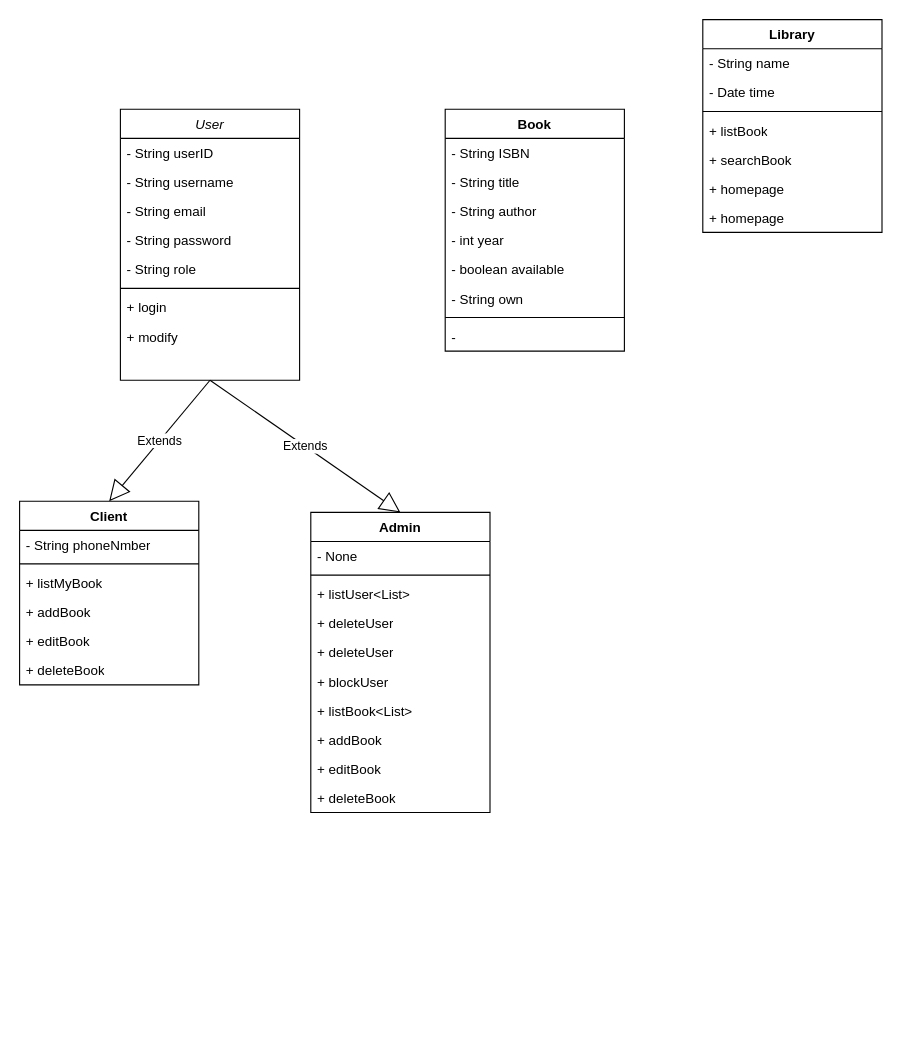
Drym96/Library-Project-28-08-2023 keeps this draw.io diagram as Library.drawio. Above is the earlier version. Source tidied: cells renumbered, new cells numbered last; positions are measured from the earlier drawing's top-left corner, leaving out a move shared by most shapes. Both pictures are drawn from the tidied source at 112%, with x=0, y=0 at pixel (19, 19).
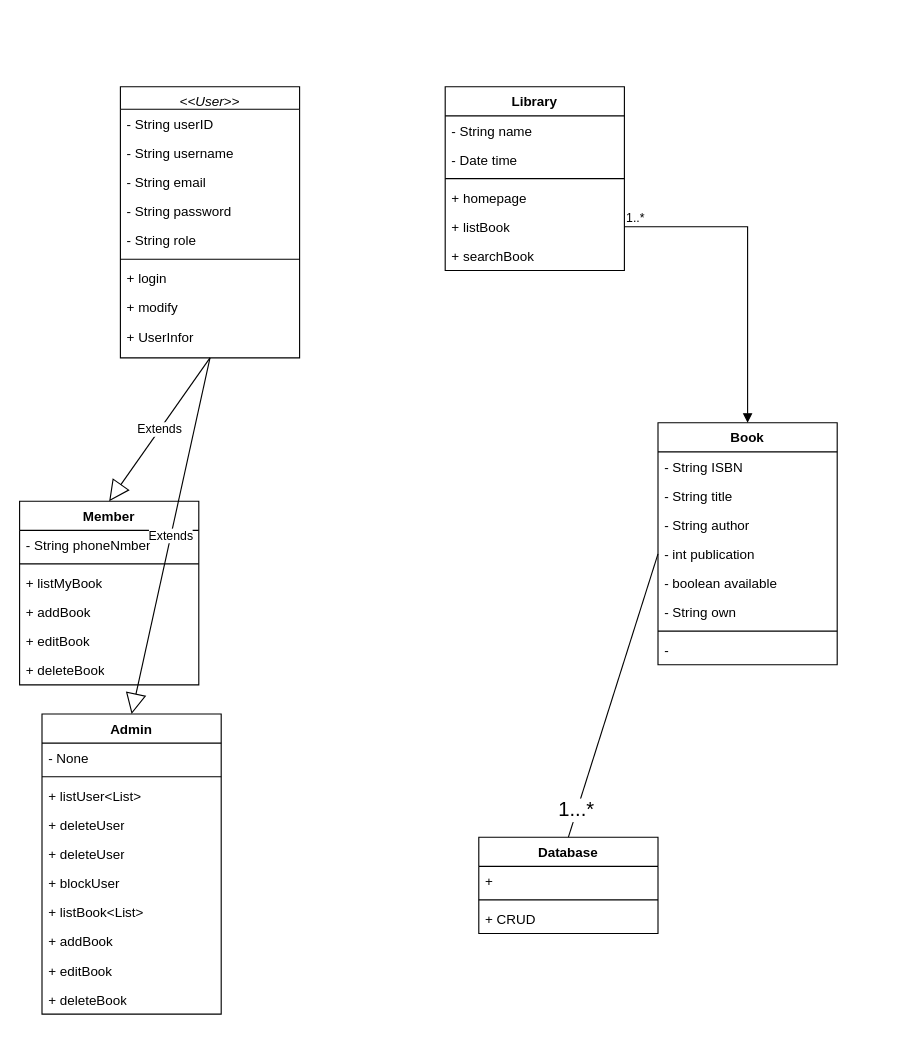
Above is the later version.

The edit, as a diff of the source:
```diff
@@
-    <mxCell id="2" value="User" style="swimlane;fontStyle=2;align=center;verticalAlign=top;horizontal=1;startSize=26;rounded=0;shadow=0;strokeWidth=1;" parent="1" vertex="1">
-      <mxGeometry x="90" y="80" width="160" height="242" as="geometry" />
+    <mxCell id="2" value="&lt;&lt;User&gt;&gt;" style="swimlane;fontStyle=2;align=center;verticalAlign=top;horizontal=1;startSize=20;rounded=0;shadow=0;strokeWidth=1;" parent="1" vertex="1">
+      <mxGeometry x="90" y="60" width="160" height="242" as="geometry" />
     </mxCell>
     <mxCell id="3" value="- String userID" style="text;align=left;verticalAlign=top;spacingLeft=4;spacingRight=4;overflow=hidden;rounded=0;shadow=0;html=0;" parent="2" vertex="1">
-      <mxGeometry y="26" width="160" height="26" as="geometry" />
+      <mxGeometry y="20" width="160" height="26" as="geometry" />
     </mxCell>
     <mxCell id="4" value="- String username" style="text;align=left;verticalAlign=top;spacingLeft=4;spacingRight=4;overflow=hidden;rounded=0;shadow=0;html=0;" parent="2" vertex="1">
-      <mxGeometry y="52" width="160" height="26" as="geometry" />
+      <mxGeometry y="46" width="160" height="26" as="geometry" />
     </mxCell>
     <mxCell id="5" value="- String email" style="text;align=left;verticalAlign=top;spacingLeft=4;spacingRight=4;overflow=hidden;rounded=0;shadow=0;html=0;" parent="2" vertex="1">
-      <mxGeometry y="78" width="160" height="26" as="geometry" />
+      <mxGeometry y="72" width="160" height="26" as="geometry" />
     </mxCell>
     <mxCell id="6" value="- String password" style="text;align=left;verticalAlign=top;spacingLeft=4;spacingRight=4;overflow=hidden;rounded=0;shadow=0;html=0;" parent="2" vertex="1">
-      <mxGeometry y="104" width="160" height="26" as="geometry" />
+      <mxGeometry y="98" width="160" height="26" as="geometry" />
     </mxCell>
     <mxCell id="7" value="- String role" style="text;align=left;verticalAlign=top;spacingLeft=4;spacingRight=4;overflow=hidden;rounded=0;shadow=0;html=0;" parent="2" vertex="1">
-      <mxGeometry y="130" width="160" height="26" as="geometry" />
+      <mxGeometry y="124" width="160" height="26" as="geometry" />
     </mxCell>
     <mxCell id="8" style="line;html=1;strokeWidth=1;align=left;verticalAlign=middle;spacingTop=-1;spacingLeft=3;spacingRight=3;labelPosition=right;" parent="2" vertex="1">
-      <mxGeometry y="156" width="160" height="8" as="geometry" />
+      <mxGeometry y="150" width="160" height="8" as="geometry" />
     </mxCell>
     <mxCell id="9" value="+ login" style="text;strokeColor=none;fillColor=none;align=left;verticalAlign=top;spacingLeft=4;spacingRight=4;overflow=hidden;whiteSpace=wrap;html=1;" parent="2" vertex="1">
-      <mxGeometry y="164" width="160" height="26" as="geometry" />
+      <mxGeometry y="158" width="160" height="26" as="geometry" />
     </mxCell>
     <mxCell id="10" value="+ modify" style="text;strokeColor=none;fillColor=none;align=left;verticalAlign=top;spacingLeft=4;spacingRight=4;overflow=hidden;whiteSpace=wrap;html=1;" parent="2" vertex="1">
-      <mxGeometry y="190" width="160" height="26" as="geometry" />
+      <mxGeometry y="184" width="160" height="26" as="geometry" />
     </mxCell>
+    <mxCell id="27" value="+ UserInfor" style="text;strokeColor=none;fillColor=none;align=left;verticalAlign=top;spacingLeft=4;spacingRight=4;overflow=hidden;whiteSpace=wrap;html=1;" parent="2" vertex="1">
+      <mxGeometry y="210" width="160" height="26" as="geometry" />
+    </mxCell>
     <mxCell id="11" value="Book" style="swimlane;fontStyle=1;align=center;verticalAlign=top;horizontal=1;startSize=26;whiteSpace=wrap;html=1;" parent="1" vertex="1">
-      <mxGeometry x="380" y="80" width="160" height="216" as="geometry" />
+      <mxGeometry x="570" y="360" width="160" height="216" as="geometry" />
     </mxCell>
@@
-    <mxCell id="15" value="- int year" style="text;strokeColor=none;fillColor=none;align=left;verticalAlign=top;spacingLeft=4;spacingRight=4;overflow=hidden;points=[[0,0.5],[1,0.5]];portConstraint=eastwest;whiteSpace=wrap;html=1;" parent="11" vertex="1">
+    <mxCell id="15" value="- int publication" style="text;strokeColor=none;fillColor=none;align=left;verticalAlign=top;spacingLeft=4;spacingRight=4;overflow=hidden;points=[[0,0.5],[1,0.5]];portConstraint=eastwest;whiteSpace=wrap;html=1;" parent="11" vertex="1">
       <mxGeometry y="104" width="160" height="26" as="geometry" />
     </mxCell>
@@
     <mxCell id="20" value="Library" style="swimlane;fontStyle=1;align=center;verticalAlign=top;horizontal=1;startSize=26;whiteSpace=wrap;html=1;" parent="1" vertex="1">
-      <mxGeometry x="610" width="160" height="190" as="geometry" />
+      <mxGeometry x="380" y="60" width="160" height="164" as="geometry" />
     </mxCell>
@@
+    <mxCell id="26" value="+ homepage" style="text;strokeColor=none;fillColor=none;align=left;verticalAlign=top;spacingLeft=4;spacingRight=4;overflow=hidden;whiteSpace=wrap;html=1;" parent="20" vertex="1">
+      <mxGeometry y="86" width="160" height="26" as="geometry" />
+    </mxCell>
     <mxCell id="24" value="+ listBook" style="text;strokeColor=none;fillColor=none;align=left;verticalAlign=top;spacingLeft=4;spacingRight=4;overflow=hidden;points=[[0,0.5],[1,0.5]];portConstraint=eastwest;whiteSpace=wrap;html=1;" parent="20" vertex="1">
-      <mxGeometry y="86" width="160" height="26" as="geometry" />
+      <mxGeometry y="112" width="160" height="26" as="geometry" />
     </mxCell>
     <mxCell id="25" value="+ searchBook" style="text;strokeColor=none;fillColor=none;align=left;verticalAlign=top;spacingLeft=4;spacingRight=4;overflow=hidden;whiteSpace=wrap;html=1;" parent="20" vertex="1">
-      <mxGeometry y="112" width="160" height="26" as="geometry" />
+      <mxGeometry y="138" width="160" height="26" as="geometry" />
     </mxCell>
-    <mxCell id="26" value="+ homepage" style="text;strokeColor=none;fillColor=none;align=left;verticalAlign=top;spacingLeft=4;spacingRight=4;overflow=hidden;whiteSpace=wrap;html=1;" parent="20" vertex="1">
-      <mxGeometry y="138" width="160" height="26" as="geometry" />
-    </mxCell>
-    <mxCell id="27" value="+ homepage" style="text;strokeColor=none;fillColor=none;align=left;verticalAlign=top;spacingLeft=4;spacingRight=4;overflow=hidden;whiteSpace=wrap;html=1;" parent="20" vertex="1">
-      <mxGeometry y="164" width="160" height="26" as="geometry" />
-    </mxCell>
-    <mxCell id="28" value="Client" style="swimlane;fontStyle=1;align=center;verticalAlign=top;horizontal=1;startSize=26;whiteSpace=wrap;html=1;" parent="1" vertex="1">
+    <mxCell id="28" value="Member" style="swimlane;fontStyle=1;align=center;verticalAlign=top;horizontal=1;startSize=26;whiteSpace=wrap;html=1;" parent="1" vertex="1">
       <mxGeometry y="430" width="160" height="164" as="geometry" />
     </mxCell>
@@
     <mxCell id="36" value="Admin" style="swimlane;fontStyle=1;align=center;verticalAlign=top;horizontal=1;startSize=26;whiteSpace=wrap;html=1;" parent="1" vertex="1">
-      <mxGeometry x="260" y="440" width="160" height="268" as="geometry" />
+      <mxGeometry x="20" y="620" width="160" height="268" as="geometry" />
     </mxCell>
@@
+    <mxCell id="48" style="endArrow=block;endFill=1;html=1;edgeStyle=orthogonalEdgeStyle;align=left;verticalAlign=top;rounded=0;entryX=0.5;entryY=0;entryDx=0;entryDy=0;exitX=1;exitY=0.5;exitDx=0;exitDy=0;" parent="1" edge="1" source="24" target="11">
+      <mxGeometry x="-1" relative="1" as="geometry" />
+    </mxCell>
+    <mxCell id="49" value="1..*" style="edgeLabel;html=1;align=left;verticalAlign=bottom;" parent="48" vertex="1">
+      <mxGeometry x="-1" relative="1" as="geometry" />
+    </mxCell>
+    <mxCell id="50" value="Database" style="swimlane;fontStyle=1;align=center;verticalAlign=top;horizontal=1;startSize=26;whiteSpace=wrap;html=1;" parent="1" vertex="1">
+      <mxGeometry x="410" y="730" width="160" height="86" as="geometry" />
+    </mxCell>
+    <mxCell id="51" value="+&amp;nbsp;" style="text;strokeColor=none;fillColor=none;align=left;verticalAlign=top;spacingLeft=4;spacingRight=4;overflow=hidden;whiteSpace=wrap;html=1;" parent="50" vertex="1">
+      <mxGeometry y="26" width="160" height="26" as="geometry" />
+    </mxCell>
+    <mxCell id="52" style="line;strokeWidth=1;fillColor=none;align=left;verticalAlign=middle;spacingTop=-1;spacingLeft=3;spacingRight=3;labelPosition=right;strokeColor=inherit;" parent="50" vertex="1">
+      <mxGeometry y="52" width="160" height="8" as="geometry" />
+    </mxCell>
+    <mxCell id="53" value="+ CRUD" style="text;strokeColor=none;fillColor=none;align=left;verticalAlign=top;spacingLeft=4;spacingRight=4;overflow=hidden;whiteSpace=wrap;html=1;" parent="50" vertex="1">
+      <mxGeometry y="60" width="160" height="26" as="geometry" />
+    </mxCell>
+    <mxCell id="54" style="endArrow=none;html=1;rounded=0;exitX=0.5;exitY=0;exitDx=0;exitDy=0;entryX=0;entryY=0.5;entryDx=0;entryDy=0;" parent="1" edge="1" source="50" target="15">
+      <mxGeometry relative="1" as="geometry" />
+    </mxCell>
+    <mxCell id="55" value="1...*" style="edgeLabel;html=1;align=center;verticalAlign=middle;fontSize=18;" parent="54" vertex="1">
+      <mxGeometry x="-0.39" y="2" relative="1" as="geometry">
+        <mxPoint x="-16" y="53" as="offset" />
+      </mxGeometry>
+    </mxCell>
```
